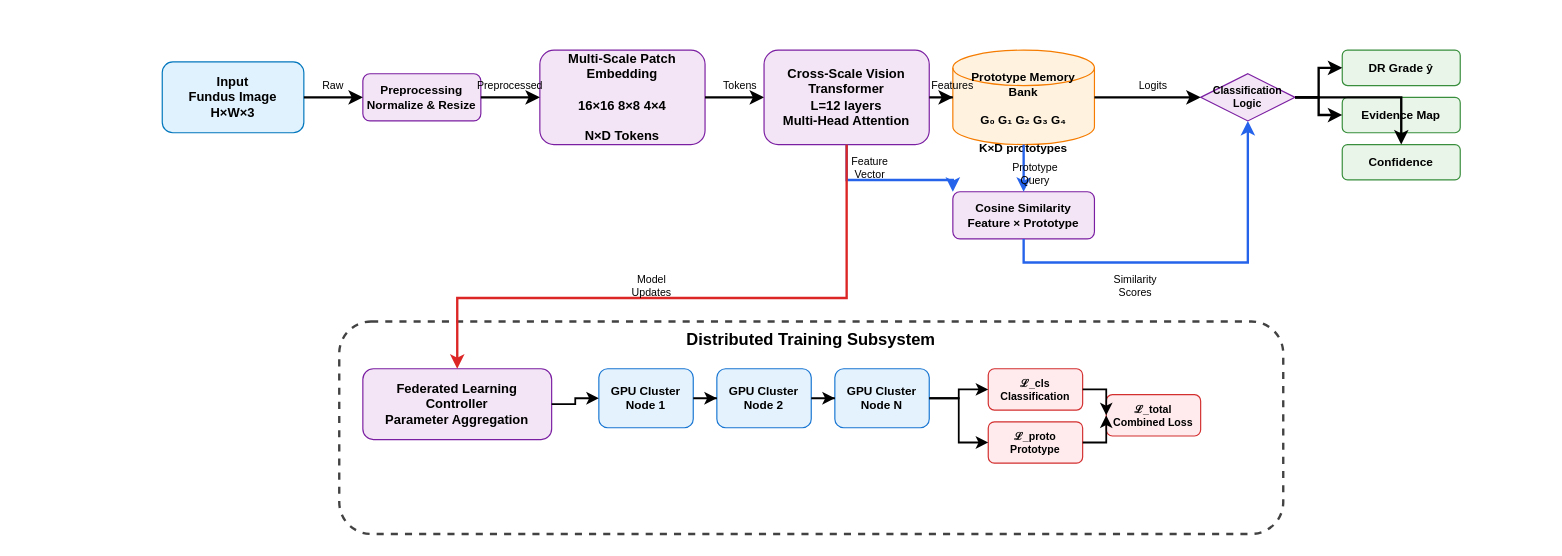
vinayak-k24/DrawIO keeps this draw.io diagram as Retina2.drawio. Above is the earlier version. Source tidied: cells renumbered, new cells numbered last; positions are measured from the earlier drawing's top-left corner, leaving out a move shared by most shapes. Both pictures are drawn from the tidied source at 118%, with x=0, y=0 at pixel (162, 50).
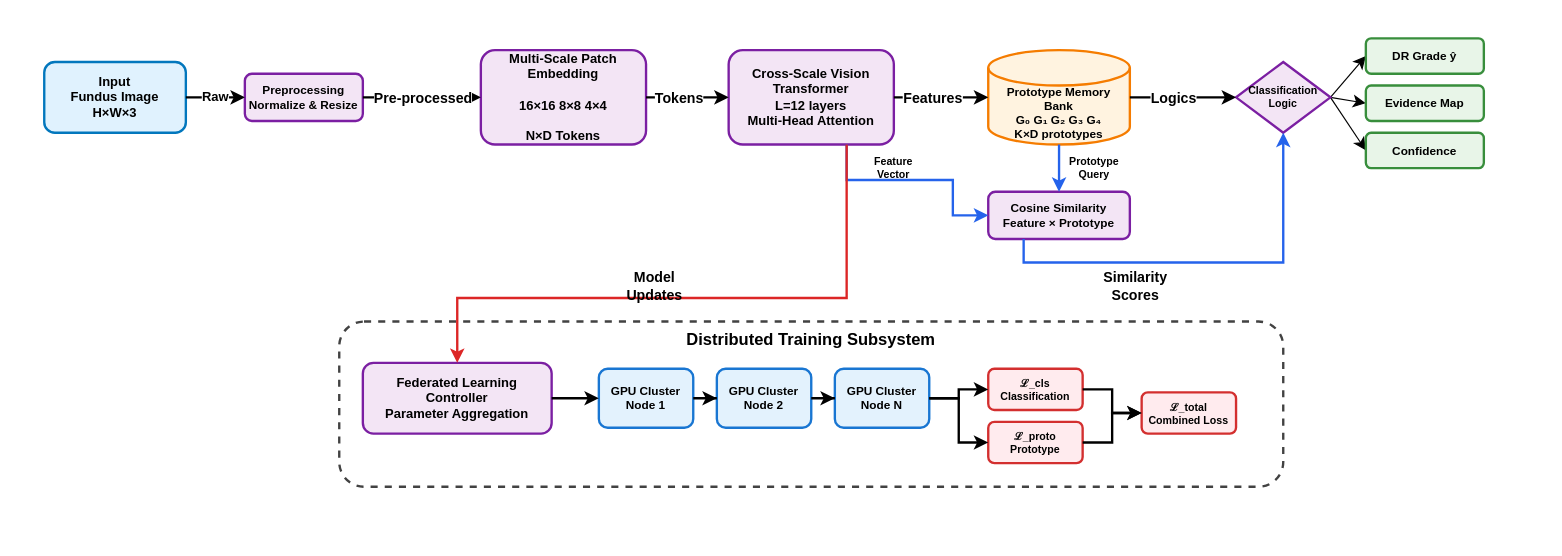
After the change.

Diff of the diagram source:
```diff
@@
+    <mxCell id="48" style="rounded=0;whiteSpace=wrap;html=1;strokeColor=none;" parent="1" vertex="1">
+      <mxGeometry x="-120" y="-25" width="1290" height="425" as="geometry" />
+    </mxCell>
-    <mxCell id="2" value="Input&lt;br&gt;Fundus Image&lt;br&gt;H×W×3" style="rounded=1;whiteSpace=wrap;html=1;fillColor=#e0f2fe;strokeColor=#0277bd;fontStyle=1;fontSize=11;" parent="1" vertex="1">
-      <mxGeometry y="10" width="120" height="60" as="geometry" />
+    <mxCell id="2" value="Input&lt;br&gt;Fundus Image&lt;br&gt;H×W×3" style="rounded=1;whiteSpace=wrap;html=1;fillColor=#e0f2fe;strokeColor=#0277bd;fontStyle=1;fontSize=11;strokeWidth=2;" parent="1" vertex="1">
+      <mxGeometry x="-100" y="10" width="120" height="60" as="geometry" />
     </mxCell>
-    <mxCell id="3" value="Preprocessing&lt;br&gt;Normalize &amp; Resize" style="rounded=1;whiteSpace=wrap;html=1;fillColor=#f3e5f5;strokeColor=#7b1fa2;fontStyle=1;fontSize=10;" parent="1" vertex="1">
-      <mxGeometry x="170" y="20" width="100" height="40" as="geometry" />
+    <mxCell id="3" value="Preprocessing&lt;br&gt;Normalize &amp;amp; Resize" style="rounded=1;whiteSpace=wrap;html=1;fillColor=#f3e5f5;strokeColor=#7b1fa2;fontStyle=1;fontSize=10;strokeWidth=2;" parent="1" vertex="1">
+      <mxGeometry x="70" y="20" width="100" height="40" as="geometry" />
     </mxCell>
-    <mxCell id="4" value="Multi-Scale Patch&lt;br&gt;Embedding&lt;br&gt;&lt;br&gt;16×16  8×8  4×4&lt;br&gt;&lt;br&gt;N×D Tokens" style="rounded=1;whiteSpace=wrap;html=1;fillColor=#f3e5f5;strokeColor=#7b1fa2;fontStyle=1;fontSize=11;" parent="1" vertex="1">
-      <mxGeometry x="320" width="140" height="80" as="geometry" />
+    <mxCell id="4" value="Multi-Scale Patch&lt;br&gt;Embedding&lt;br&gt;&lt;br&gt;16×16  8×8  4×4&lt;br&gt;&lt;br&gt;N×D Tokens" style="rounded=1;whiteSpace=wrap;html=1;fillColor=#f3e5f5;strokeColor=#7b1fa2;fontStyle=1;fontSize=11;strokeWidth=2;" parent="1" vertex="1">
+      <mxGeometry x="270" width="140" height="80" as="geometry" />
     </mxCell>
-    <mxCell id="5" value="Cross-Scale Vision&lt;br&gt;Transformer&lt;br&gt;L=12 layers&lt;br&gt;Multi-Head Attention" style="rounded=1;whiteSpace=wrap;html=1;fillColor=#f3e5f5;strokeColor=#7b1fa2;fontStyle=1;fontSize=11;" parent="1" vertex="1">
-      <mxGeometry x="510" width="140" height="80" as="geometry" />
+    <mxCell id="5" value="Cross-Scale Vision&lt;br&gt;Transformer&lt;br&gt;L=12 layers&lt;br&gt;Multi-Head Attention" style="rounded=1;whiteSpace=wrap;html=1;fillColor=#f3e5f5;strokeColor=#7b1fa2;fontStyle=1;fontSize=11;strokeWidth=2;" parent="1" vertex="1">
+      <mxGeometry x="480" width="140" height="80" as="geometry" />
     </mxCell>
-    <mxCell id="6" value="Prototype Memory&lt;br&gt;Bank&lt;br&gt;&lt;br&gt;G₀ G₁ G₂ G₃ G₄&lt;br&gt;&lt;br&gt;K×D prototypes" style="shape=cylinder3;whiteSpace=wrap;html=1;boundedLbl=1;backgroundOutline=1;size=15;fillColor=#fff3e0;strokeColor=#f57c00;fontStyle=1;fontSize=10;" parent="1" vertex="1">
-      <mxGeometry x="670" width="120" height="80" as="geometry" />
+    <mxCell id="6" value="Prototype Memory&lt;br&gt;Bank&lt;br&gt;G₀ G₁ G₂ G₃ G₄&lt;br&gt;K×D prototypes" style="shape=cylinder3;whiteSpace=wrap;html=1;boundedLbl=1;backgroundOutline=1;size=15;fillColor=#fff3e0;strokeColor=#f57c00;fontStyle=1;fontSize=10;strokeWidth=2;" parent="1" vertex="1">
+      <mxGeometry x="700" width="120" height="80" as="geometry" />
     </mxCell>
-    <mxCell id="7" value="Cosine Similarity&lt;br&gt;Feature × Prototype" style="rounded=1;whiteSpace=wrap;html=1;fillColor=#f3e5f5;strokeColor=#7b1fa2;fontStyle=1;fontSize=10;" parent="1" vertex="1">
-      <mxGeometry x="670" y="120" width="120" height="40" as="geometry" />
+    <mxCell id="7" value="Cosine Similarity&lt;br&gt;Feature × Prototype" style="rounded=1;whiteSpace=wrap;html=1;fillColor=#f3e5f5;strokeColor=#7b1fa2;fontStyle=1;fontSize=10;strokeWidth=2;" parent="1" vertex="1">
+      <mxGeometry x="700" y="120" width="120" height="40" as="geometry" />
     </mxCell>
+    <mxCell id="25" style="edgeStyle=none;curved=1;rounded=0;jettySize=auto;html=1;exitX=1;exitY=0.5;exitDx=0;exitDy=0;entryX=0;entryY=0.5;entryDx=0;entryDy=0;fontSize=12;startSize=8;endSize=8;" parent="1" edge="1" source="8" target="9">
+      <mxGeometry relative="1" as="geometry" />
+    </mxCell>
+    <mxCell id="26" style="edgeStyle=none;curved=1;rounded=0;jettySize=auto;html=1;exitX=1;exitY=0.5;exitDx=0;exitDy=0;entryX=0;entryY=0.5;entryDx=0;entryDy=0;fontSize=12;startSize=8;endSize=8;" parent="1" edge="1" source="8" target="10">
+      <mxGeometry relative="1" as="geometry" />
+    </mxCell>
+    <mxCell id="27" style="edgeStyle=none;curved=1;rounded=0;jettySize=auto;html=1;exitX=1;exitY=0.5;exitDx=0;exitDy=0;entryX=0;entryY=0.5;entryDx=0;entryDy=0;fontSize=12;startSize=8;endSize=8;" parent="1" edge="1" source="8" target="11">
+      <mxGeometry relative="1" as="geometry" />
+    </mxCell>
-    <mxCell id="8" value="Classification&lt;br&gt;Logic" style="rhombus;whiteSpace=wrap;html=1;fillColor=#f3e5f5;strokeColor=#7b1fa2;fontStyle=1;fontSize=9;" parent="1" vertex="1">
-      <mxGeometry x="880" y="20" width="80" height="40" as="geometry" />
+    <mxCell id="8" value="Classification&lt;br&gt;Logic" style="rhombus;whiteSpace=wrap;html=1;fillColor=#f3e5f5;strokeColor=#7b1fa2;fontStyle=1;fontSize=9;strokeWidth=2;" parent="1" vertex="1">
+      <mxGeometry x="910" y="10" width="80" height="60" as="geometry" />
     </mxCell>
-    <mxCell id="9" value="DR Grade ŷ" style="rounded=1;whiteSpace=wrap;html=1;fillColor=#e8f5e8;strokeColor=#388e3c;fontStyle=1;fontSize=10;" parent="1" vertex="1">
-      <mxGeometry x="1000" width="100" height="30" as="geometry" />
+    <mxCell id="9" value="DR Grade ŷ" style="rounded=1;whiteSpace=wrap;html=1;fillColor=#e8f5e8;strokeColor=#388e3c;fontStyle=1;fontSize=10;strokeWidth=2;" parent="1" vertex="1">
+      <mxGeometry x="1020" y="-10" width="100" height="30" as="geometry" />
     </mxCell>
-    <mxCell id="10" value="Evidence Map" style="rounded=1;whiteSpace=wrap;html=1;fillColor=#e8f5e8;strokeColor=#388e3c;fontStyle=1;fontSize=10;" parent="1" vertex="1">
-      <mxGeometry x="1000" y="40" width="100" height="30" as="geometry" />
+    <mxCell id="10" value="Evidence Map" style="rounded=1;whiteSpace=wrap;html=1;fillColor=#e8f5e8;strokeColor=#388e3c;fontStyle=1;fontSize=10;strokeWidth=2;" parent="1" vertex="1">
+      <mxGeometry x="1020" y="30" width="100" height="30" as="geometry" />
     </mxCell>
-    <mxCell id="11" value="Confidence" style="rounded=1;whiteSpace=wrap;html=1;fillColor=#e8f5e8;strokeColor=#388e3c;fontStyle=1;fontSize=10;" parent="1" vertex="1">
-      <mxGeometry x="1000" y="80" width="100" height="30" as="geometry" />
+    <mxCell id="11" value="Confidence" style="rounded=1;whiteSpace=wrap;html=1;fillColor=#e8f5e8;strokeColor=#388e3c;fontStyle=1;fontSize=10;strokeWidth=2;" parent="1" vertex="1">
+      <mxGeometry x="1020" y="70" width="100" height="30" as="geometry" />
     </mxCell>
     <mxCell id="12" value="Distributed Training Subsystem" style="rounded=1;whiteSpace=wrap;html=1;fillColor=none;strokeColor=#424242;strokeWidth=2;dashed=1;verticalAlign=top;fontStyle=1;fontSize=14;" parent="1" vertex="1">
-      <mxGeometry x="150" y="230" width="800" height="180" as="geometry" />
+      <mxGeometry x="150" y="230" width="800" height="140" as="geometry" />
     </mxCell>
-    <mxCell id="13" value="Federated Learning&lt;br&gt;Controller&lt;br&gt;Parameter Aggregation" style="rounded=1;whiteSpace=wrap;html=1;fillColor=#f3e5f5;strokeColor=#7b1fa2;fontStyle=1;fontSize=11;" parent="1" vertex="1">
-      <mxGeometry x="170" y="270" width="160" height="60" as="geometry" />
+    <mxCell id="13" value="Federated Learning&lt;br&gt;Controller&lt;br&gt;Parameter Aggregation" style="rounded=1;whiteSpace=wrap;html=1;fillColor=#f3e5f5;strokeColor=#7b1fa2;fontStyle=1;fontSize=11;strokeWidth=2;" parent="1" vertex="1">
+      <mxGeometry x="170" y="265" width="160" height="60" as="geometry" />
     </mxCell>
-    <mxCell id="14" value="GPU Cluster&lt;br&gt;Node 1" style="rounded=1;whiteSpace=wrap;html=1;fillColor=#e3f2fd;strokeColor=#1976d2;fontStyle=1;fontSize=10;" parent="1" vertex="1">
+    <mxCell id="14" value="GPU Cluster&lt;br&gt;Node 1" style="rounded=1;whiteSpace=wrap;html=1;fillColor=#e3f2fd;strokeColor=#1976d2;fontStyle=1;fontSize=10;strokeWidth=2;" parent="1" vertex="1">
       <mxGeometry x="370" y="270" width="80" height="50" as="geometry" />
     </mxCell>
-    <mxCell id="15" value="GPU Cluster&lt;br&gt;Node 2" style="rounded=1;whiteSpace=wrap;html=1;fillColor=#e3f2fd;strokeColor=#1976d2;fontStyle=1;fontSize=10;" parent="1" vertex="1">
+    <mxCell id="15" value="GPU Cluster&lt;br&gt;Node 2" style="rounded=1;whiteSpace=wrap;html=1;fillColor=#e3f2fd;strokeColor=#1976d2;fontStyle=1;fontSize=10;strokeWidth=2;" parent="1" vertex="1">
       <mxGeometry x="470" y="270" width="80" height="50" as="geometry" />
     </mxCell>
-    <mxCell id="16" value="GPU Cluster&lt;br&gt;Node N" style="rounded=1;whiteSpace=wrap;html=1;fillColor=#e3f2fd;strokeColor=#1976d2;fontStyle=1;fontSize=10;" parent="1" vertex="1">
+    <mxCell id="16" value="GPU Cluster&lt;br&gt;Node N" style="rounded=1;whiteSpace=wrap;html=1;fillColor=#e3f2fd;strokeColor=#1976d2;fontStyle=1;fontSize=10;strokeWidth=2;" parent="1" vertex="1">
       <mxGeometry x="570" y="270" width="80" height="50" as="geometry" />
     </mxCell>
-    <mxCell id="17" value="ℒ_cls&lt;br&gt;Classification" style="rounded=1;whiteSpace=wrap;html=1;fillColor=#ffebee;strokeColor=#d32f2f;fontStyle=1;fontSize=9;" parent="1" vertex="1">
+    <mxCell id="17" value="ℒ_cls&lt;br&gt;Classification" style="rounded=1;whiteSpace=wrap;html=1;fillColor=#ffebee;strokeColor=#d32f2f;fontStyle=1;fontSize=9;strokeWidth=2;" parent="1" vertex="1">
       <mxGeometry x="700" y="270" width="80" height="35" as="geometry" />
     </mxCell>
-    <mxCell id="18" value="ℒ_proto&lt;br&gt;Prototype" style="rounded=1;whiteSpace=wrap;html=1;fillColor=#ffebee;strokeColor=#d32f2f;fontStyle=1;fontSize=9;" parent="1" vertex="1">
+    <mxCell id="18" value="ℒ_proto&lt;br&gt;Prototype" style="rounded=1;whiteSpace=wrap;html=1;fillColor=#ffebee;strokeColor=#d32f2f;fontStyle=1;fontSize=9;strokeWidth=2;" parent="1" vertex="1">
       <mxGeometry x="700" y="315" width="80" height="35" as="geometry" />
     </mxCell>
-    <mxCell id="19" value="ℒ_total&lt;br&gt;Combined Loss" style="rounded=1;whiteSpace=wrap;html=1;fillColor=#ffebee;strokeColor=#d32f2f;fontStyle=1;fontSize=9;" parent="1" vertex="1">
-      <mxGeometry x="800" y="292" width="80" height="35" as="geometry" />
+    <mxCell id="19" value="ℒ_total&lt;br&gt;Combined Loss" style="rounded=1;whiteSpace=wrap;html=1;fillColor=#ffebee;strokeColor=#d32f2f;fontStyle=1;fontSize=9;strokeWidth=2;" parent="1" vertex="1">
+      <mxGeometry x="830" y="290" width="80" height="35" as="geometry" />
     </mxCell>
-    <mxCell id="20" style="edgeStyle=orthogonalEdgeStyle;rounded=0;jettySize=auto;html=1;strokeWidth=2;endArrow=classic;" parent="1" edge="1" source="2" target="3">
+    <mxCell id="20" value="Raw" style="edgeStyle=orthogonalEdgeStyle;rounded=0;jettySize=auto;html=1;strokeWidth=2;endArrow=classic;fontStyle=1;" parent="1" edge="1" source="2" target="3">
       <mxGeometry relative="1" as="geometry" />
     </mxCell>
-    <mxCell id="21" style="edgeStyle=orthogonalEdgeStyle;rounded=0;jettySize=auto;html=1;strokeWidth=2;endArrow=classic;" parent="1" edge="1" source="3" target="4">
+    <mxCell id="21" style="edgeStyle=orthogonalEdgeStyle;rounded=0;jettySize=auto;html=1;strokeWidth=2;endArrow=classic;fontStyle=1;" parent="1" edge="1" source="3" target="4">
       <mxGeometry relative="1" as="geometry" />
     </mxCell>
+    <mxCell id="49" value="Pre-processed" style="edgeLabel;html=1;align=center;verticalAlign=middle;fontSize=12;fontStyle=1;" parent="21" vertex="1">
+      <mxGeometry x="-0.39" relative="1" as="geometry">
+        <mxPoint x="19" as="offset" />
+      </mxGeometry>
+    </mxCell>
-    <mxCell id="22" style="edgeStyle=orthogonalEdgeStyle;rounded=0;jettySize=auto;html=1;strokeWidth=2;endArrow=classic;" parent="1" edge="1" source="4" target="5">
+    <mxCell id="22" style="edgeStyle=orthogonalEdgeStyle;rounded=0;jettySize=auto;html=1;strokeWidth=2;endArrow=classic;fontStyle=1;" parent="1" edge="1" source="4" target="5">
       <mxGeometry relative="1" as="geometry" />
     </mxCell>
+    <mxCell id="41" value="&lt;b&gt;Tokens&lt;/b&gt;" style="edgeLabel;html=1;align=center;verticalAlign=middle;fontSize=12;" parent="22" vertex="1">
+      <mxGeometry x="-0.24" relative="1" as="geometry" />
+    </mxCell>
-    <mxCell id="23" style="edgeStyle=orthogonalEdgeStyle;rounded=0;jettySize=auto;html=1;strokeWidth=2;endArrow=classic;" parent="1" edge="1" source="5" target="6">
+    <mxCell id="23" style="edgeStyle=orthogonalEdgeStyle;rounded=0;jettySize=auto;html=1;strokeWidth=2;endArrow=classic;fontStyle=1;" parent="1" edge="1" source="5" target="6">
       <mxGeometry relative="1" as="geometry" />
     </mxCell>
+    <mxCell id="42" value="&lt;b&gt;Features&lt;/b&gt;" style="edgeLabel;html=1;align=center;verticalAlign=middle;fontSize=12;" parent="23" vertex="1">
+      <mxGeometry x="-0.52" relative="1" as="geometry">
+        <mxPoint x="13" as="offset" />
+      </mxGeometry>
+    </mxCell>
-    <mxCell id="24" style="edgeStyle=orthogonalEdgeStyle;rounded=0;jettySize=auto;html=1;strokeWidth=2;endArrow=classic;" parent="1" edge="1" source="6" target="8">
+    <mxCell id="24" style="edgeStyle=orthogonalEdgeStyle;rounded=0;jettySize=auto;html=1;strokeWidth=2;endArrow=classic;fontStyle=1;" parent="1" edge="1" source="6" target="8">
       <mxGeometry relative="1" as="geometry" />
     </mxCell>
-    <mxCell id="25" style="edgeStyle=orthogonalEdgeStyle;rounded=0;jettySize=auto;html=1;strokeWidth=2;endArrow=classic;" parent="1" edge="1" source="8" target="9">
-      <mxGeometry relative="1" as="geometry" />
-    </mxCell>
-    <mxCell id="26" style="edgeStyle=orthogonalEdgeStyle;rounded=0;jettySize=auto;html=1;strokeWidth=2;endArrow=classic;" parent="1" edge="1" source="8" target="10">
-      <mxGeometry relative="1" as="geometry" />
-    </mxCell>
-    <mxCell id="27" style="edgeStyle=orthogonalEdgeStyle;rounded=0;jettySize=auto;html=1;strokeWidth=2;endArrow=classic;" parent="1" edge="1" source="8" target="11">
-      <mxGeometry relative="1" as="geometry" />
-    </mxCell>
+    <mxCell id="50" value="&lt;b&gt;Logics&lt;/b&gt;" style="edgeLabel;html=1;align=center;verticalAlign=middle;fontSize=12;" parent="24" vertex="1">
+      <mxGeometry x="-0.61" relative="1" as="geometry">
+        <mxPoint x="18" as="offset" />
+      </mxGeometry>
+    </mxCell>
-    <mxCell id="28" style="edgeStyle=orthogonalEdgeStyle;rounded=0;jettySize=auto;html=1;strokeWidth=2;endArrow=classic;strokeColor=#2563eb;" parent="1" edge="1" source="5" target="7">
+    <mxCell id="28" style="edgeStyle=orthogonalEdgeStyle;rounded=0;jettySize=auto;html=1;strokeWidth=2;endArrow=classic;strokeColor=#2563eb;fontStyle=1;" parent="1" edge="1" source="5" target="7">
       <mxGeometry relative="1" as="geometry">
         <Array as="points">
           <mxPoint x="580" y="110" />
           <mxPoint x="670" y="110" />
         </Array>
       </mxGeometry>
     </mxCell>
-    <mxCell id="29" style="edgeStyle=orthogonalEdgeStyle;rounded=0;jettySize=auto;html=1;strokeWidth=2;endArrow=classic;strokeColor=#2563eb;" parent="1" edge="1" source="6" target="7">
+    <mxCell id="29" style="edgeStyle=orthogonalEdgeStyle;rounded=0;jettySize=auto;html=1;strokeWidth=2;endArrow=classic;strokeColor=#2563eb;fontStyle=1;" parent="1" edge="1" source="6" target="7">
       <mxGeometry relative="1" as="geometry" />
     </mxCell>
-    <mxCell id="30" style="edgeStyle=orthogonalEdgeStyle;rounded=0;jettySize=auto;html=1;strokeWidth=2;endArrow=classic;strokeColor=#2563eb;" parent="1" edge="1" source="7" target="8">
+    <mxCell id="30" style="edgeStyle=orthogonalEdgeStyle;rounded=0;jettySize=auto;html=1;strokeWidth=2;endArrow=classic;strokeColor=#2563eb;fontStyle=1;entryX=0.5;entryY=1;entryDx=0;entryDy=0;" parent="1" edge="1" source="7" target="8">
       <mxGeometry relative="1" as="geometry">
         <Array as="points">
           <mxPoint x="730" y="180" />
-          <mxPoint x="920" y="180" />
+          <mxPoint x="950" y="180" />
         </Array>
       </mxGeometry>
     </mxCell>
-    <mxCell id="31" style="edgeStyle=orthogonalEdgeStyle;rounded=0;jettySize=auto;html=1;strokeWidth=2;endArrow=classic;strokeColor=#dc2626;" parent="1" edge="1" source="5" target="13">
+    <mxCell id="31" style="edgeStyle=orthogonalEdgeStyle;rounded=0;jettySize=auto;html=1;strokeWidth=2;endArrow=classic;strokeColor=#dc2626;fontStyle=1;" parent="1" edge="1" source="5" target="13">
       <mxGeometry relative="1" as="geometry">
         <Array as="points">
           <mxPoint x="580" y="210" />
           <mxPoint x="250" y="210" />
         </Array>
       </mxGeometry>
     </mxCell>
-    <mxCell id="32" style="edgeStyle=orthogonalEdgeStyle;rounded=0;jettySize=auto;html=1;strokeWidth=1.5;endArrow=classic;" parent="1" edge="1" source="13" target="14">
+    <mxCell id="32" style="edgeStyle=orthogonalEdgeStyle;rounded=0;jettySize=auto;html=1;strokeWidth=2;endArrow=classic;fontStyle=1;" parent="1" edge="1" source="13" target="14">
       <mxGeometry relative="1" as="geometry" />
     </mxCell>
-    <mxCell id="33" style="edgeStyle=orthogonalEdgeStyle;rounded=0;jettySize=auto;html=1;strokeWidth=1.5;endArrow=classic;" parent="1" edge="1" source="14" target="15">
+    <mxCell id="33" style="edgeStyle=orthogonalEdgeStyle;rounded=0;jettySize=auto;html=1;strokeWidth=2;endArrow=classic;fontStyle=1;" parent="1" edge="1" source="14" target="15">
       <mxGeometry relative="1" as="geometry" />
     </mxCell>
-    <mxCell id="34" style="edgeStyle=orthogonalEdgeStyle;rounded=0;jettySize=auto;html=1;strokeWidth=1.5;endArrow=classic;" parent="1" edge="1" source="15" target="16">
+    <mxCell id="34" style="edgeStyle=orthogonalEdgeStyle;rounded=0;jettySize=auto;html=1;strokeWidth=2;endArrow=classic;fontStyle=1;" parent="1" edge="1" source="15" target="16">
       <mxGeometry relative="1" as="geometry" />
     </mxCell>
-    <mxCell id="35" style="edgeStyle=orthogonalEdgeStyle;rounded=0;jettySize=auto;html=1;strokeWidth=1.5;endArrow=classic;" parent="1" edge="1" source="16" target="17">
+    <mxCell id="35" style="edgeStyle=orthogonalEdgeStyle;rounded=0;jettySize=auto;html=1;strokeWidth=2;endArrow=classic;fontStyle=1;" parent="1" edge="1" source="16" target="17">
       <mxGeometry relative="1" as="geometry" />
     </mxCell>
-    <mxCell id="36" style="edgeStyle=orthogonalEdgeStyle;rounded=0;jettySize=auto;html=1;strokeWidth=1.5;endArrow=classic;" parent="1" edge="1" source="16" target="18">
+    <mxCell id="36" style="edgeStyle=orthogonalEdgeStyle;rounded=0;jettySize=auto;html=1;strokeWidth=2;endArrow=classic;fontStyle=1;" parent="1" edge="1" source="16" target="18">
       <mxGeometry relative="1" as="geometry" />
     </mxCell>
-    <mxCell id="37" style="edgeStyle=orthogonalEdgeStyle;rounded=0;jettySize=auto;html=1;strokeWidth=1.5;endArrow=classic;" parent="1" edge="1" source="17" target="19">
+    <mxCell id="37" style="edgeStyle=orthogonalEdgeStyle;rounded=0;jettySize=auto;html=1;strokeWidth=2;endArrow=classic;fontStyle=1;" parent="1" edge="1" source="17" target="19">
       <mxGeometry relative="1" as="geometry" />
     </mxCell>
-    <mxCell id="38" style="edgeStyle=orthogonalEdgeStyle;rounded=0;jettySize=auto;html=1;strokeWidth=1.5;endArrow=classic;" parent="1" edge="1" source="18" target="19">
+    <mxCell id="38" style="edgeStyle=orthogonalEdgeStyle;rounded=0;jettySize=auto;html=1;strokeWidth=2;endArrow=classic;fontStyle=1;" parent="1" edge="1" source="18" target="19">
       <mxGeometry relative="1" as="geometry" />
     </mxCell>
-    <mxCell id="39" value="Raw" style="text;html=1;strokeColor=none;fillColor=none;align=center;verticalAlign=middle;whiteSpace=wrap;rounded=0;fontSize=9;color=#666666;" parent="1" vertex="1">
-      <mxGeometry x="135" y="20" width="20" height="20" as="geometry" />
-    </mxCell>
-    <mxCell id="40" value="Preprocessed" style="text;html=1;strokeColor=none;fillColor=none;align=center;verticalAlign=middle;whiteSpace=wrap;rounded=0;fontSize=9;color=#666666;" parent="1" vertex="1">
-      <mxGeometry x="275" y="20" width="40" height="20" as="geometry" />
-    </mxCell>
-    <mxCell id="41" value="Tokens" style="text;html=1;strokeColor=none;fillColor=none;align=center;verticalAlign=middle;whiteSpace=wrap;rounded=0;fontSize=9;color=#666666;" parent="1" vertex="1">
-      <mxGeometry x="475" y="20" width="30" height="20" as="geometry" />
-    </mxCell>
-    <mxCell id="42" value="Features" style="text;html=1;strokeColor=none;fillColor=none;align=center;verticalAlign=middle;whiteSpace=wrap;rounded=0;fontSize=9;color=#666666;" parent="1" vertex="1">
-      <mxGeometry x="655" y="20" width="30" height="20" as="geometry" />
-    </mxCell>
-    <mxCell id="43" value="Logits" style="text;html=1;strokeColor=none;fillColor=none;align=center;verticalAlign=middle;whiteSpace=wrap;rounded=0;fontSize=9;color=#666666;" parent="1" vertex="1">
-      <mxGeometry x="825" y="20" width="30" height="20" as="geometry" />
-    </mxCell>
-    <mxCell id="44" value="Feature Vector" style="text;html=1;strokeColor=none;fillColor=none;align=center;verticalAlign=middle;whiteSpace=wrap;rounded=0;fontSize=9;color=#2563eb;" parent="1" vertex="1">
-      <mxGeometry x="570" y="90" width="60" height="20" as="geometry" />
+    <mxCell id="44" value="Feature Vector" style="text;html=1;strokeColor=none;fillColor=none;align=center;verticalAlign=middle;whiteSpace=wrap;rounded=0;fontSize=9;color=#2563eb;fontStyle=1;strokeWidth=2;" parent="1" vertex="1">
+      <mxGeometry x="590" y="90" width="60" height="20" as="geometry" />
     </mxCell>
-    <mxCell id="45" value="Prototype Query" style="text;html=1;strokeColor=none;fillColor=none;align=center;verticalAlign=middle;whiteSpace=wrap;rounded=0;fontSize=9;color=#2563eb;" parent="1" vertex="1">
-      <mxGeometry x="710" y="95" width="60" height="20" as="geometry" />
+    <mxCell id="45" value="Prototype Query" style="text;html=1;strokeColor=none;fillColor=none;align=center;verticalAlign=middle;whiteSpace=wrap;rounded=0;fontSize=9;color=#2563eb;fontStyle=1;strokeWidth=2;" parent="1" vertex="1">
+      <mxGeometry x="760" y="90" width="60" height="20" as="geometry" />
     </mxCell>
-    <mxCell id="46" value="Similarity Scores" style="text;html=1;strokeColor=none;fillColor=none;align=center;verticalAlign=middle;whiteSpace=wrap;rounded=0;fontSize=9;color=#2563eb;" parent="1" vertex="1">
+    <mxCell id="46" value="&lt;font style=&quot;font-size: 12px;&quot;&gt;Similarity Scores&lt;/font&gt;" style="text;html=1;strokeColor=none;fillColor=none;align=center;verticalAlign=middle;whiteSpace=wrap;rounded=0;fontSize=9;color=#2563eb;fontStyle=1;strokeWidth=2;" parent="1" vertex="1">
       <mxGeometry x="795" y="190" width="60" height="20" as="geometry" />
     </mxCell>
-    <mxCell id="47" value="Model Updates" style="text;html=1;strokeColor=none;fillColor=none;align=center;verticalAlign=middle;whiteSpace=wrap;rounded=0;fontSize=9;color=#dc2626;" parent="1" vertex="1">
-      <mxGeometry x="385" y="190" width="60" height="20" as="geometry" />
+    <mxCell id="47" value="Model Updates" style="text;html=1;strokeColor=none;fillColor=none;align=center;verticalAlign=middle;whiteSpace=wrap;rounded=0;fontSize=12;color=#dc2626;fontStyle=1;strokeWidth=2;" parent="1" vertex="1">
+      <mxGeometry x="385" y="190" width="65" height="20" as="geometry" />
     </mxCell>
```
